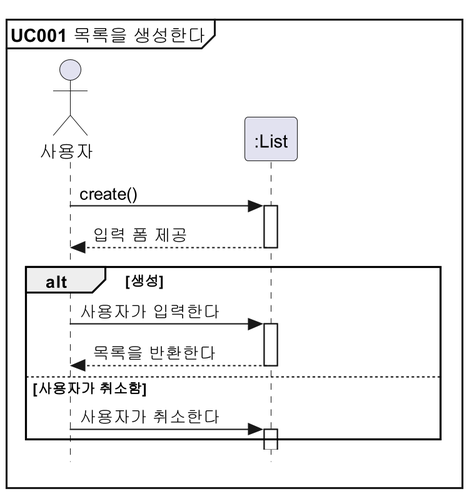
The PlantUML diagram docs/설계명세서/images/seq_diag/uc001.png in parkchamchi/SoftwareEngineering2023, before a commit. Its diagram source:
```plantuml
@startuml
!includesub style.puml!STYLE

mainframe **UC001** 목록을 생성한다

actor 사용자
participant ":List" as List

사용자 -> List : create()
List --> 사용자 : 입력 폼 제공

alt 생성
	사용자 -> List: 사용자가 입력한다
	List --> 사용자 : 목록을 반환한다
else 사용자가 취소함
	사용자 -> List : 사용자가 취소한다

end

@enduml
```
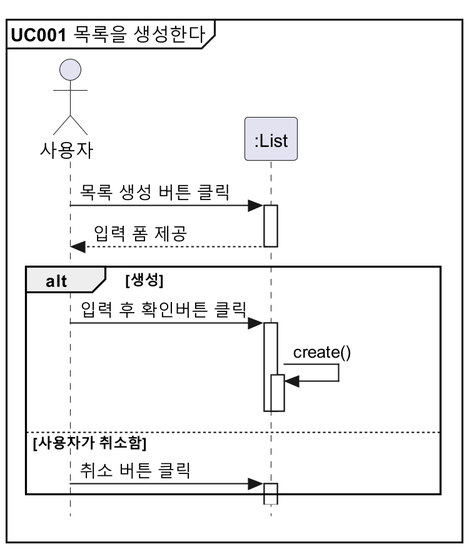
The same diagram one commit later.

Change to the diagram source:
```diff
@@ -6,14 +6,16 @@
 actor 사용자
 participant ":List" as List
 
-사용자 -> List : create()
+사용자 -> List : 목록 생성 버튼 클릭
 List --> 사용자 : 입력 폼 제공
 
 alt 생성
-	사용자 -> List: 사용자가 입력한다
-	List --> 사용자 : 목록을 반환한다
+	사용자 -> List: 입력 후 확인버튼 클릭
+	List -> List : create()
+	deactivate List
+	deactivate List
 else 사용자가 취소함
-	사용자 -> List : 사용자가 취소한다
+	사용자 -> List : 취소 버튼 클릭
 
 end
 
```
